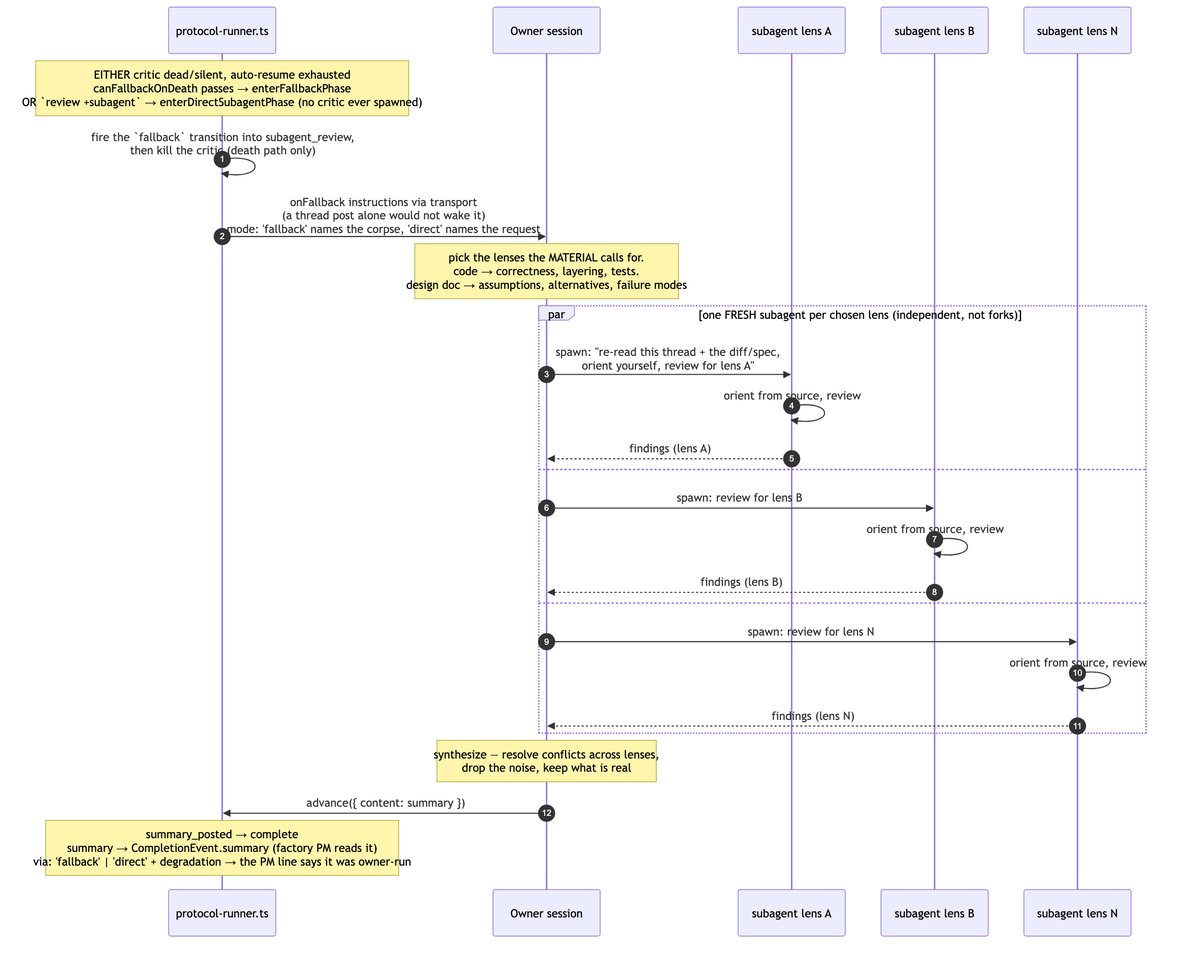
sf8193/hydra keeps this Mermaid diagram as diagrams/flow-review-fallback.png. Above is the earlier version. Its source is kept beside it as diagrams/flow-review-fallback.mmd.
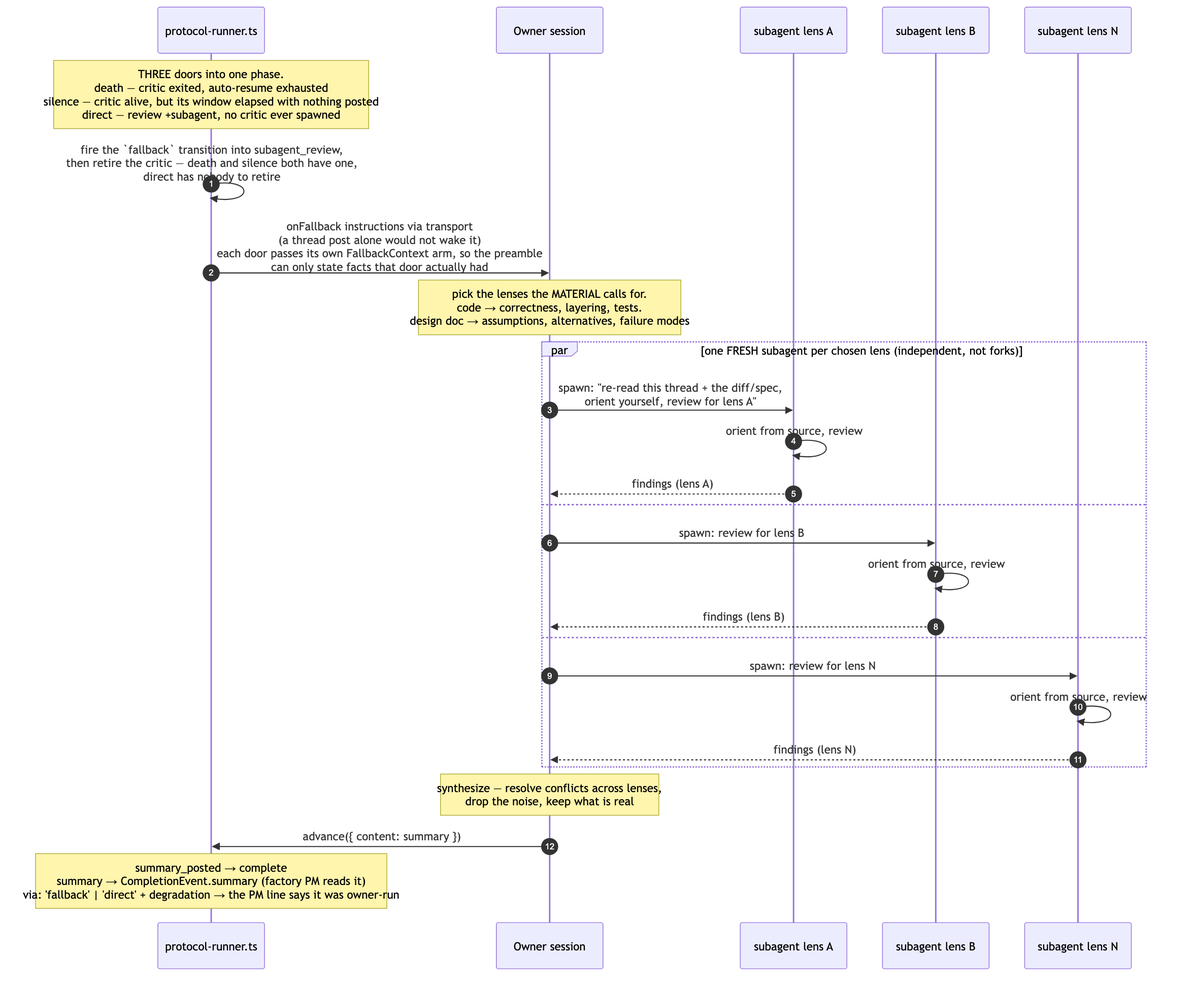
The same file after the commit.

Commit message:
factory: round-1 review findings — F1, F2, F3, F5, F6, F7

Change to the diagram source:
```diff
@@ -7,9 +7,9 @@
     participant LB as subagent lens B
     participant LN as subagent lens N
 
-    Note over PR: EITHER critic dead/silent, auto-resume exhausted<br/>canFallbackOnDeath passes → enterFallbackPhase<br/>OR `review +subagent` → enterDirectSubagentPhase (no critic ever spawned)
-    PR->>PR: fire the `fallback` transition into subagent_review,<br/>then kill the critic (death path only)
-    PR->>Owner: onFallback instructions via transport<br/>(a thread post alone would not wake it)<br/>mode: 'fallback' names the corpse, 'direct' names the request
+    Note over PR: THREE doors into one phase.<br/>death — critic exited, auto-resume exhausted<br/>silence — critic alive, but its window elapsed with nothing posted<br/>direct — review +subagent, no critic ever spawned
+    PR->>PR: fire the `fallback` transition into subagent_review,<br/>then retire the critic — death and silence both have one,<br/>direct has nobody to retire
+    PR->>Owner: onFallback instructions via transport<br/>(a thread post alone would not wake it)<br/>each door passes its own FallbackContext arm, so the preamble<br/>can only state facts that door actually had
 
     Note over Owner: pick the lenses the MATERIAL calls for.<br/>code → correctness, layering, tests.<br/>design doc → assumptions, alternatives, failure modes
 
```
